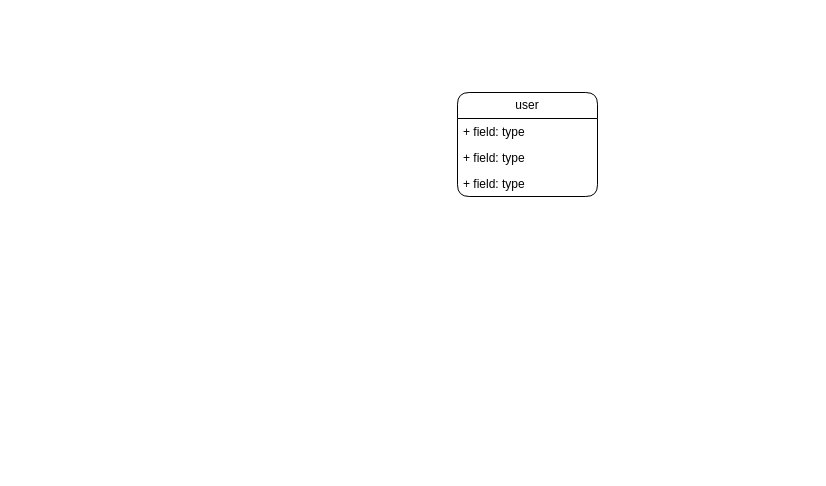
Before: Ixlos.drawio in MardonAslonov/DrawIo, a draw.io diagram. Source tidied: cells renumbered, new cells numbered last; positions are measured from the earlier drawing's top-left corner, leaving out a move shared by most shapes. Both pictures are drawn from the tidied source at 100%, with x=0, y=0 at pixel (457, 92).
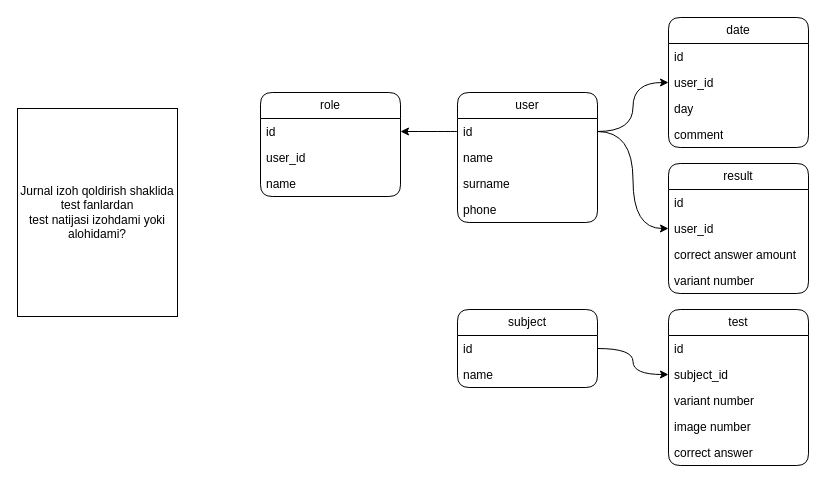
Above is the later version.

Change to the diagram source:
```diff
@@
     <mxCell id="2" value="user" style="swimlane;fontStyle=0;horizontal=1;startSize=26;fillColor=none;whiteSpace=wrap;html=1;rounded=1;" parent="1" vertex="1">
-      <mxGeometry width="140" height="104" as="geometry" />
+      <mxGeometry width="140" height="130" as="geometry" />
     </mxCell>
-    <mxCell id="3" value="+ field: type" style="text;strokeColor=none;fillColor=none;align=left;verticalAlign=top;spacingLeft=4;spacingRight=4;overflow=hidden;points=[[0,0.5],[1,0.5]];portConstraint=eastwest;whiteSpace=wrap;html=1;" parent="2" vertex="1">
+    <mxCell id="3" value="id" style="text;strokeColor=none;fillColor=none;align=left;verticalAlign=top;spacingLeft=4;spacingRight=4;overflow=hidden;points=[[0,0.5],[1,0.5]];portConstraint=eastwest;whiteSpace=wrap;html=1;" parent="2" vertex="1">
       <mxGeometry y="26" width="140" height="26" as="geometry" />
     </mxCell>
-    <mxCell id="4" value="+ field: type" style="text;strokeColor=none;fillColor=none;align=left;verticalAlign=top;spacingLeft=4;spacingRight=4;overflow=hidden;whiteSpace=wrap;html=1;" parent="2" vertex="1">
-      <mxGeometry y="52" width="140" height="26" as="geometry" />
-    </mxCell>
-    <mxCell id="5" value="+ field: type" style="text;strokeColor=none;fillColor=none;align=left;verticalAlign=top;spacingLeft=4;spacingRight=4;overflow=hidden;whiteSpace=wrap;html=1;" parent="2" vertex="1">
-      <mxGeometry y="78" width="140" height="26" as="geometry" />
+    <mxCell id="5" value="name" style="text;strokeColor=none;fillColor=none;align=left;verticalAlign=top;spacingLeft=4;spacingRight=4;overflow=hidden;whiteSpace=wrap;html=1;" parent="2" vertex="1">
+      <mxGeometry y="52" width="140" height="26" as="geometry" />
     </mxCell>
+    <mxCell id="6" value="surname" style="text;strokeColor=none;fillColor=none;align=left;verticalAlign=top;spacingLeft=4;spacingRight=4;overflow=hidden;whiteSpace=wrap;html=1;" parent="2" vertex="1">
+      <mxGeometry y="78" width="140" height="26" as="geometry" />
+    </mxCell>
+    <mxCell id="7" value="phone" style="text;strokeColor=none;fillColor=none;align=left;verticalAlign=top;spacingLeft=4;spacingRight=4;overflow=hidden;whiteSpace=wrap;html=1;" parent="2" vertex="1">
+      <mxGeometry y="104" width="140" height="26" as="geometry" />
+    </mxCell>
+    <mxCell id="8" value="Jurnal izoh qoldirish shaklida&lt;br&gt;test fanlardan&lt;br&gt;test natijasi izohdami yoki alohidami?" style="rounded=0;whiteSpace=wrap;html=1;" parent="1" vertex="1">
+      <mxGeometry x="-440" y="16" width="160" height="208" as="geometry" />
+    </mxCell>
+    <mxCell id="9" value="date" style="swimlane;fontStyle=0;horizontal=1;startSize=26;fillColor=none;whiteSpace=wrap;html=1;rounded=1;" parent="1" vertex="1">
+      <mxGeometry x="211" y="-75" width="140" height="130" as="geometry" />
+    </mxCell>
+    <mxCell id="10" value="id" style="text;strokeColor=none;fillColor=none;align=left;verticalAlign=top;spacingLeft=4;spacingRight=4;overflow=hidden;whiteSpace=wrap;html=1;" parent="9" vertex="1">
+      <mxGeometry y="26" width="140" height="26" as="geometry" />
+    </mxCell>
+    <mxCell id="11" value="user_id" style="text;strokeColor=none;fillColor=none;align=left;verticalAlign=top;spacingLeft=4;spacingRight=4;overflow=hidden;points=[[0,0.5],[1,0.5]];portConstraint=eastwest;whiteSpace=wrap;html=1;" parent="9" vertex="1">
+      <mxGeometry y="52" width="140" height="26" as="geometry" />
+    </mxCell>
+    <mxCell id="12" value="day" style="text;strokeColor=none;fillColor=none;align=left;verticalAlign=top;spacingLeft=4;spacingRight=4;overflow=hidden;whiteSpace=wrap;html=1;" parent="9" vertex="1">
+      <mxGeometry y="78" width="140" height="26" as="geometry" />
+    </mxCell>
+    <mxCell id="13" value="comment" style="text;strokeColor=none;fillColor=none;align=left;verticalAlign=top;spacingLeft=4;spacingRight=4;overflow=hidden;whiteSpace=wrap;html=1;" parent="9" vertex="1">
+      <mxGeometry y="104" width="140" height="26" as="geometry" />
+    </mxCell>
+    <mxCell id="14" style="edgeStyle=orthogonalEdgeStyle;rounded=0;jettySize=auto;html=1;entryX=0;entryY=0.5;entryDx=0;entryDy=0;curved=1;" parent="1" edge="1" source="3" target="11">
+      <mxGeometry relative="1" as="geometry" />
+    </mxCell>
+    <mxCell id="15" style="edgeStyle=orthogonalEdgeStyle;rounded=0;jettySize=auto;html=1;curved=1;" parent="1" edge="1" source="16" target="21">
+      <mxGeometry relative="1" as="geometry" />
+    </mxCell>
+    <mxCell id="16" value="subject" style="swimlane;fontStyle=0;horizontal=1;startSize=26;fillColor=none;whiteSpace=wrap;html=1;rounded=1;" parent="1" vertex="1">
+      <mxGeometry y="217" width="140" height="78" as="geometry" />
+    </mxCell>
+    <mxCell id="17" value="id" style="text;strokeColor=none;fillColor=none;align=left;verticalAlign=top;spacingLeft=4;spacingRight=4;overflow=hidden;whiteSpace=wrap;html=1;" parent="16" vertex="1">
+      <mxGeometry y="26" width="140" height="26" as="geometry" />
+    </mxCell>
+    <mxCell id="18" value="name" style="text;strokeColor=none;fillColor=none;align=left;verticalAlign=top;spacingLeft=4;spacingRight=4;overflow=hidden;whiteSpace=wrap;html=1;" parent="16" vertex="1">
+      <mxGeometry y="52" width="140" height="26" as="geometry" />
+    </mxCell>
+    <mxCell id="19" value="test" style="swimlane;fontStyle=0;horizontal=1;startSize=26;fillColor=none;whiteSpace=wrap;html=1;rounded=1;" parent="1" vertex="1">
+      <mxGeometry x="211" y="217" width="140" height="156" as="geometry" />
+    </mxCell>
+    <mxCell id="20" value="id" style="text;strokeColor=none;fillColor=none;align=left;verticalAlign=top;spacingLeft=4;spacingRight=4;overflow=hidden;whiteSpace=wrap;html=1;" parent="19" vertex="1">
+      <mxGeometry y="26" width="140" height="26" as="geometry" />
+    </mxCell>
+    <mxCell id="21" value="subject_id" style="text;strokeColor=none;fillColor=none;align=left;verticalAlign=top;spacingLeft=4;spacingRight=4;overflow=hidden;points=[[0,0.5],[1,0.5]];portConstraint=eastwest;whiteSpace=wrap;html=1;" parent="19" vertex="1">
+      <mxGeometry y="52" width="140" height="26" as="geometry" />
+    </mxCell>
+    <mxCell id="22" value="variant number" style="text;strokeColor=none;fillColor=none;align=left;verticalAlign=top;spacingLeft=4;spacingRight=4;overflow=hidden;whiteSpace=wrap;html=1;" parent="19" vertex="1">
+      <mxGeometry y="78" width="140" height="26" as="geometry" />
+    </mxCell>
+    <mxCell id="23" value="image number" style="text;strokeColor=none;fillColor=none;align=left;verticalAlign=top;spacingLeft=4;spacingRight=4;overflow=hidden;whiteSpace=wrap;html=1;" parent="19" vertex="1">
+      <mxGeometry y="104" width="140" height="26" as="geometry" />
+    </mxCell>
+    <mxCell id="24" value="correct answer" style="text;strokeColor=none;fillColor=none;align=left;verticalAlign=top;spacingLeft=4;spacingRight=4;overflow=hidden;whiteSpace=wrap;html=1;" parent="19" vertex="1">
+      <mxGeometry y="130" width="140" height="26" as="geometry" />
+    </mxCell>
+    <mxCell id="25" value="result" style="swimlane;fontStyle=0;horizontal=1;startSize=26;fillColor=none;whiteSpace=wrap;html=1;rounded=1;" parent="1" vertex="1">
+      <mxGeometry x="211" y="71" width="140" height="130" as="geometry" />
+    </mxCell>
+    <mxCell id="26" value="id" style="text;strokeColor=none;fillColor=none;align=left;verticalAlign=top;spacingLeft=4;spacingRight=4;overflow=hidden;whiteSpace=wrap;html=1;" parent="25" vertex="1">
+      <mxGeometry y="26" width="140" height="26" as="geometry" />
+    </mxCell>
+    <mxCell id="27" value="user_id" style="text;strokeColor=none;fillColor=none;align=left;verticalAlign=top;spacingLeft=4;spacingRight=4;overflow=hidden;points=[[0,0.5],[1,0.5]];portConstraint=eastwest;whiteSpace=wrap;html=1;" parent="25" vertex="1">
+      <mxGeometry y="52" width="140" height="26" as="geometry" />
+    </mxCell>
+    <mxCell id="28" value="correct answer amount" style="text;strokeColor=none;fillColor=none;align=left;verticalAlign=top;spacingLeft=4;spacingRight=4;overflow=hidden;whiteSpace=wrap;html=1;" parent="25" vertex="1">
+      <mxGeometry y="78" width="140" height="26" as="geometry" />
+    </mxCell>
+    <mxCell id="29" value="variant number" style="text;strokeColor=none;fillColor=none;align=left;verticalAlign=top;spacingLeft=4;spacingRight=4;overflow=hidden;whiteSpace=wrap;html=1;" parent="25" vertex="1">
+      <mxGeometry y="104" width="140" height="26" as="geometry" />
+    </mxCell>
+    <mxCell id="30" style="edgeStyle=orthogonalEdgeStyle;rounded=0;jettySize=auto;html=1;entryX=0;entryY=0.5;entryDx=0;entryDy=0;curved=1;" parent="1" edge="1" source="3" target="27">
+      <mxGeometry relative="1" as="geometry" />
+    </mxCell>
+    <mxCell id="31" value="role" style="swimlane;fontStyle=0;horizontal=1;startSize=26;fillColor=none;whiteSpace=wrap;html=1;rounded=1;" parent="1" vertex="1">
+      <mxGeometry x="-197" width="140" height="104" as="geometry" />
+    </mxCell>
+    <mxCell id="32" value="id" style="text;strokeColor=none;fillColor=none;align=left;verticalAlign=top;spacingLeft=4;spacingRight=4;overflow=hidden;points=[[0,0.5],[1,0.5]];portConstraint=eastwest;whiteSpace=wrap;html=1;" parent="31" vertex="1">
+      <mxGeometry y="26" width="140" height="26" as="geometry" />
+    </mxCell>
+    <mxCell id="33" value="user_id" style="text;strokeColor=none;fillColor=none;align=left;verticalAlign=top;spacingLeft=4;spacingRight=4;overflow=hidden;whiteSpace=wrap;html=1;" parent="31" vertex="1">
+      <mxGeometry y="52" width="140" height="26" as="geometry" />
+    </mxCell>
+    <mxCell id="34" value="name" style="text;strokeColor=none;fillColor=none;align=left;verticalAlign=top;spacingLeft=4;spacingRight=4;overflow=hidden;whiteSpace=wrap;html=1;" parent="31" vertex="1">
+      <mxGeometry y="78" width="140" height="26" as="geometry" />
+    </mxCell>
+    <mxCell id="35" style="edgeStyle=orthogonalEdgeStyle;rounded=0;jettySize=auto;html=1;entryX=1;entryY=0.5;entryDx=0;entryDy=0;curved=1;" parent="1" edge="1" source="3" target="32">
+      <mxGeometry relative="1" as="geometry" />
+    </mxCell>
```
